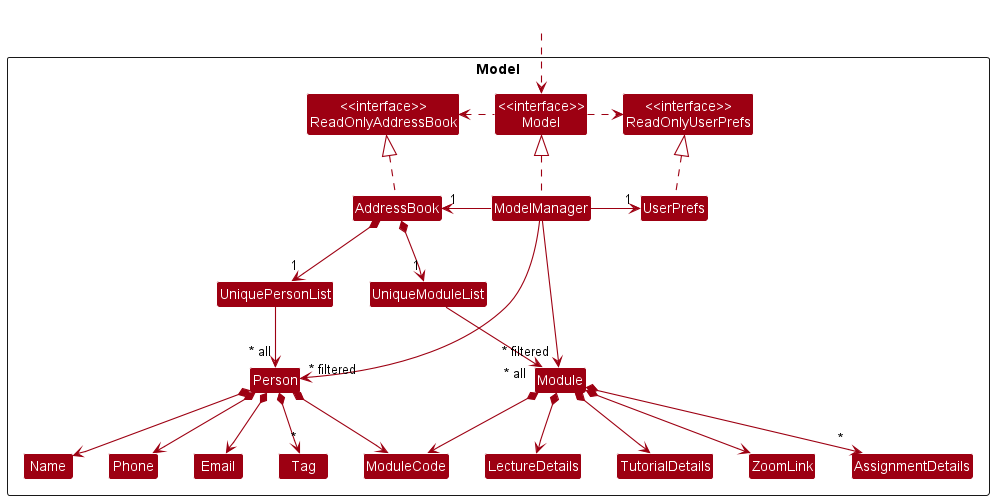
This is docs/images/ModelClassDiagram.png from nus-cs2103-AY2223S1/tp, a PlantUML export, as it was before one commit.
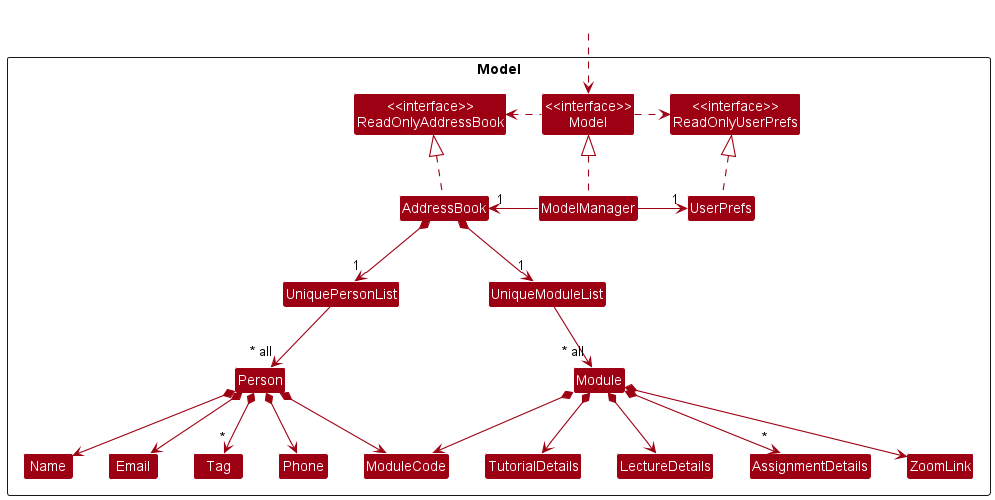
Later version of the same file.

Commit message:
Save image of Model class diagram

Change to the diagram source:
```diff
@@ -49,6 +49,9 @@
 Person *--> "*" Tag
 
 Name -[hidden]right-> Phone
+ModuleCode -[hidden]right-> TutorialDetails
+TutorialDetails -[hidden]right-> LectureDetails
+LectureDetails -[hidden]right-> ZoomLink
 
 AddressBook *--> "1" UniqueModuleList
 UniqueModuleList --> "~* all" Module
@@ -57,7 +60,4 @@
 Module *--> TutorialDetails
 Module *--> ZoomLink
 Module *--> "*" AssignmentDetails
-
-ModelManager -->"~* filtered" Person
-ModelManager -->"~* filtered" Module
 @enduml
```
